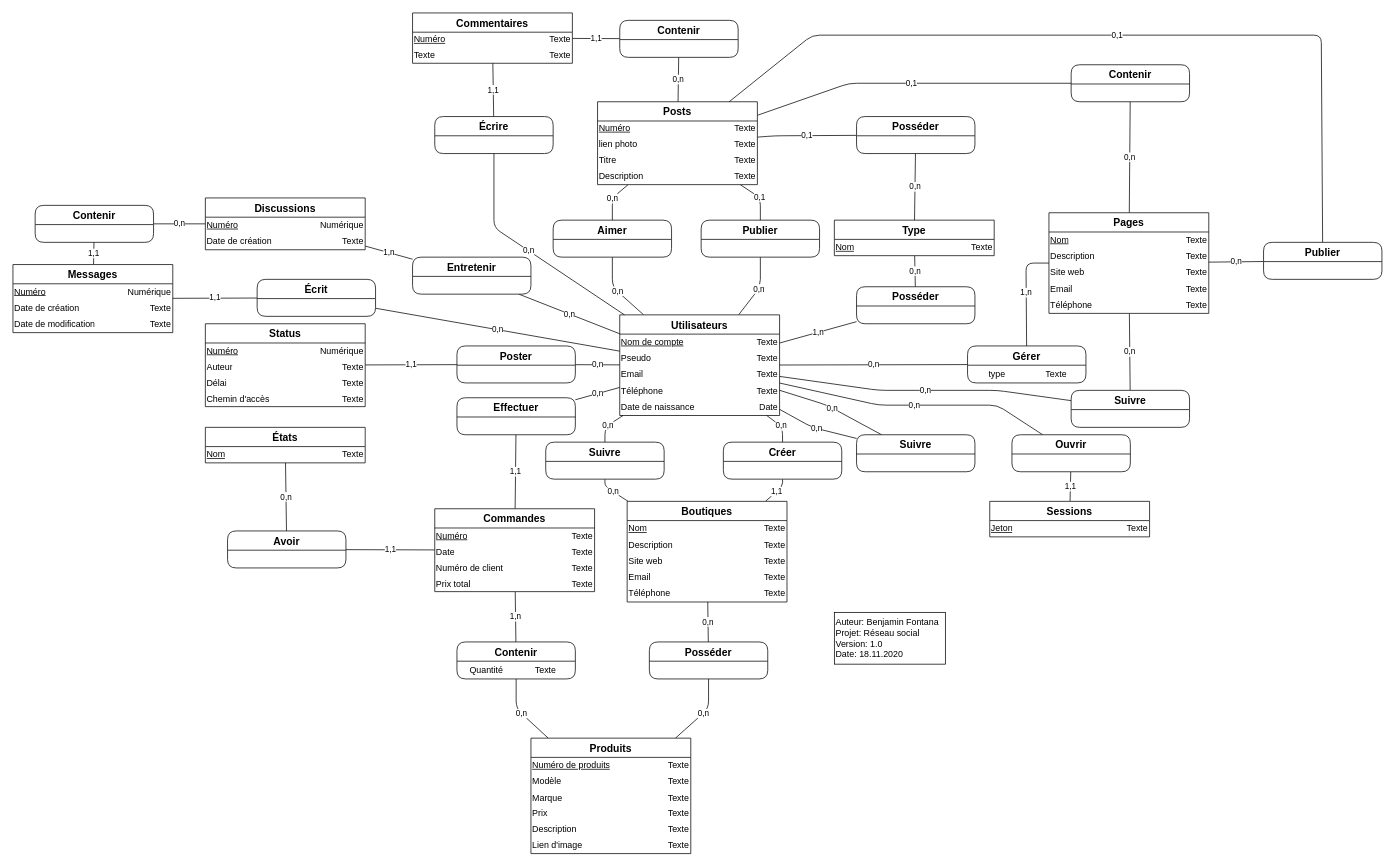
Above: MCD RS.drawio in R0kkxSynetique/MA-08-Modele_ReseauSocial (draw.io), before the change. Source tidied: cells renumbered, new cells numbered last; positions are measured from the earlier drawing's top-left corner, leaving out a move shared by most shapes. Both pictures are drawn from the tidied source at 74%, with x=0, y=0 at pixel (13, 13).
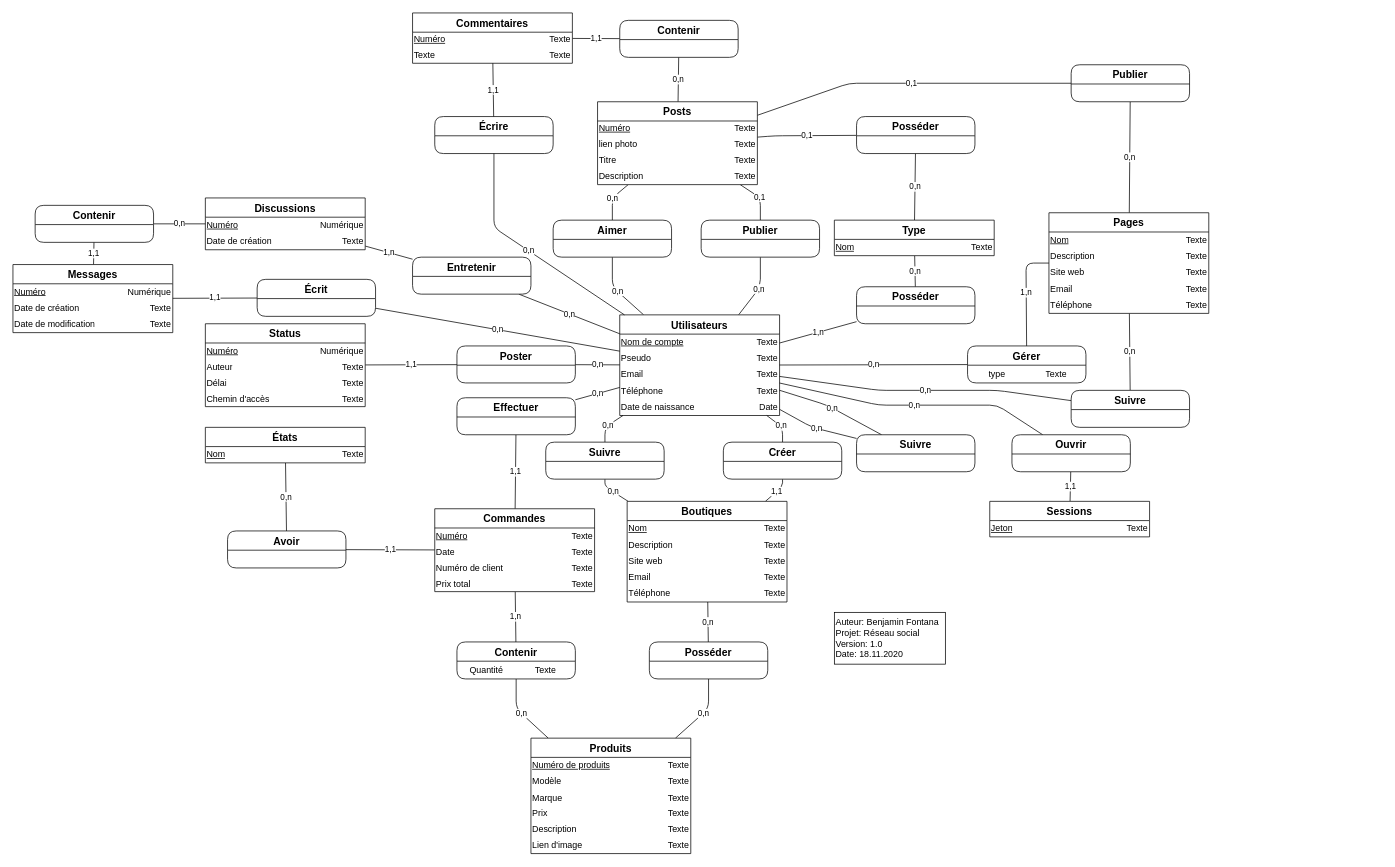
Above is the later version.

Commit message:
Removed unnecessary link

Unchanged cells that the change refers to:
```xml
<mxCell id="145" value="Pages" style="swimlane;fontStyle=1;horizontal=1;startSize=26;align=center;fontSize=14;rounded=0;swimlaneFillColor=#ffffff;" parent="1" vertex="1">
  <mxGeometry x="1400" y="270" width="216" height="136" as="geometry" />
</mxCell>
<mxCell id="269" value="Posts" style="swimlane;fontStyle=1;horizontal=1;startSize=26;align=center;fontSize=14;rounded=0;swimlaneFillColor=#ffffff;" parent="1" vertex="1">
  <mxGeometry x="790" y="120" width="216" height="112" as="geometry" />
</mxCell>
```

Change to the diagram source:
```diff
@@
-    <mxCell id="101" value="Contenir" style="swimlane;fontStyle=1;horizontal=1;startSize=26;align=center;fontSize=14;rounded=1;swimlaneFillColor=#ffffff;" parent="1" vertex="1">
+    <mxCell id="101" value="Publier" style="swimlane;fontStyle=1;horizontal=1;startSize=26;align=center;fontSize=14;rounded=1;swimlaneFillColor=#ffffff;" parent="1" vertex="1">
       <mxGeometry x="1430" y="70" width="160" height="50" as="geometry" />
     </mxCell>
@@
-    <mxCell id="283" value="0,1" style="endArrow=none;html=1;" parent="1" edge="1" source="269" target="285">
-      <mxGeometry relative="1" as="geometry">
-        <Array as="points">
-          <mxPoint x="1080" y="30" />
-          <mxPoint x="1768" y="30" />
-        </Array>
-      </mxGeometry>
-    </mxCell>
-    <mxCell id="284" value="0,n" style="endArrow=none;html=1;" parent="1" edge="1" source="145" target="285">
-      <mxGeometry relative="1" as="geometry" />
-    </mxCell>
-    <mxCell id="285" value="Publier" style="swimlane;fontStyle=1;horizontal=1;startSize=26;align=center;fontSize=14;rounded=1;swimlaneFillColor=#ffffff;" parent="1" vertex="1">
-      <mxGeometry x="1690" y="310" width="160" height="50" as="geometry" />
-    </mxCell>
-    <mxCell id="286" style="shape=table;html=1;whiteSpace=wrap;startSize=0;childLayout=tableLayout;fillColor=none;strokeColor=none;" parent="285" vertex="1">
-      <mxGeometry y="26" width="160" height="24" as="geometry" />
-    </mxCell>
-    <mxCell id="287" style="shape=partialRectangle;html=1;whiteSpace=wrap;fillColor=none;top=0;left=0;bottom=0;right=0;" parent="286" vertex="1">
-      <mxGeometry width="160" height="24" as="geometry" />
-    </mxCell>
-    <mxCell id="288" style="shape=partialRectangle;html=1;whiteSpace=wrap;fillColor=none;top=0;left=0;bottom=0;right=0;overflow=hidden;strokeColor=none;" parent="287" vertex="1">
-      <mxGeometry width="80" height="24" as="geometry" />
-    </mxCell>
-    <mxCell id="289" style="shape=partialRectangle;html=1;whiteSpace=wrap;fillColor=none;top=0;left=0;bottom=0;right=0;overflow=hidden;" parent="287" vertex="1">
-      <mxGeometry x="80" width="80" height="24" as="geometry" />
-    </mxCell>
```
